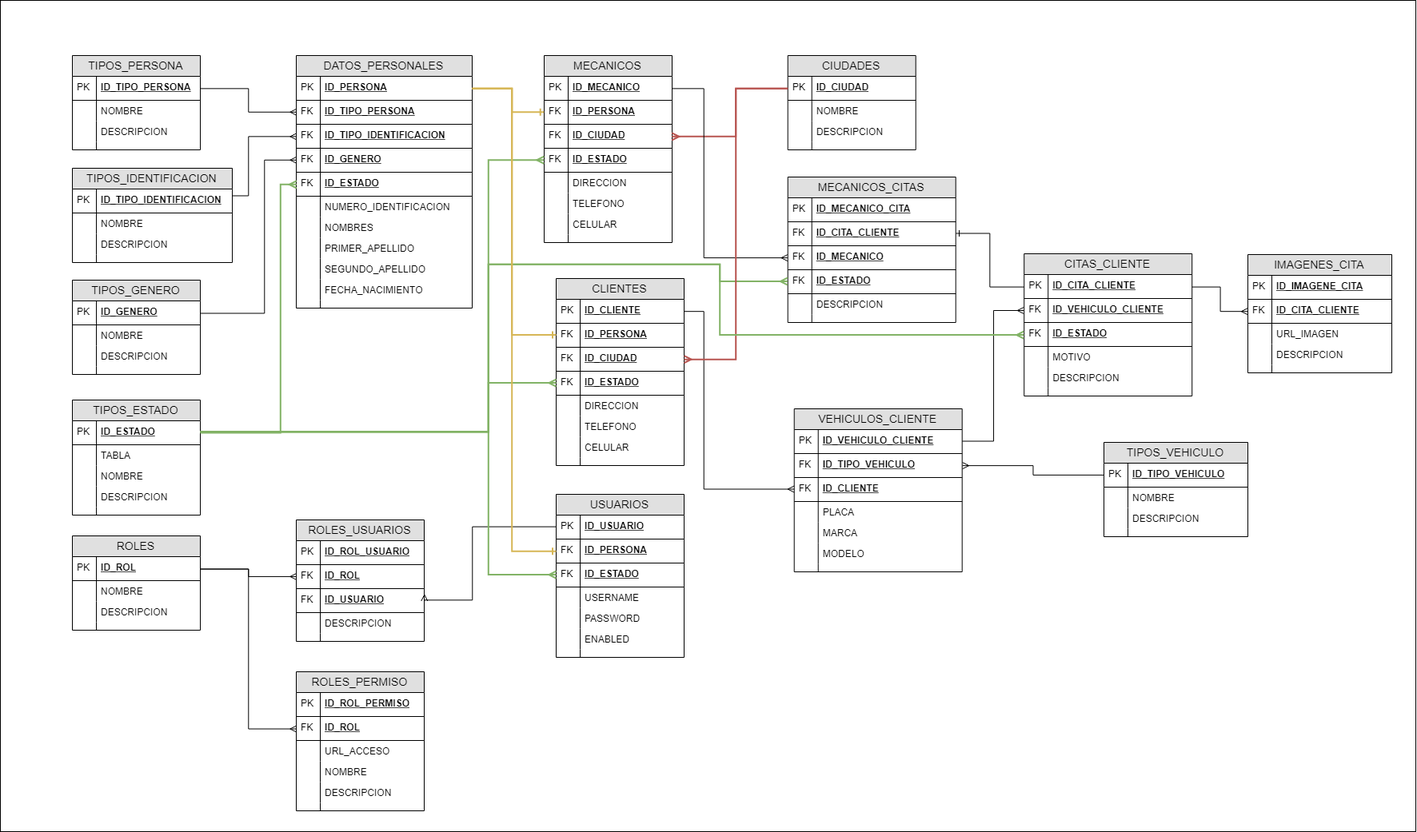
robinarehen/car-center-test keeps this draw.io diagram as documents/MER-CAR-CENTER.png. Above is the earlier version. Source tidied: cells renumbered, new cells last; positions are measured from the earlier drawing's top-left corner, leaving out a move shared by most shapes.
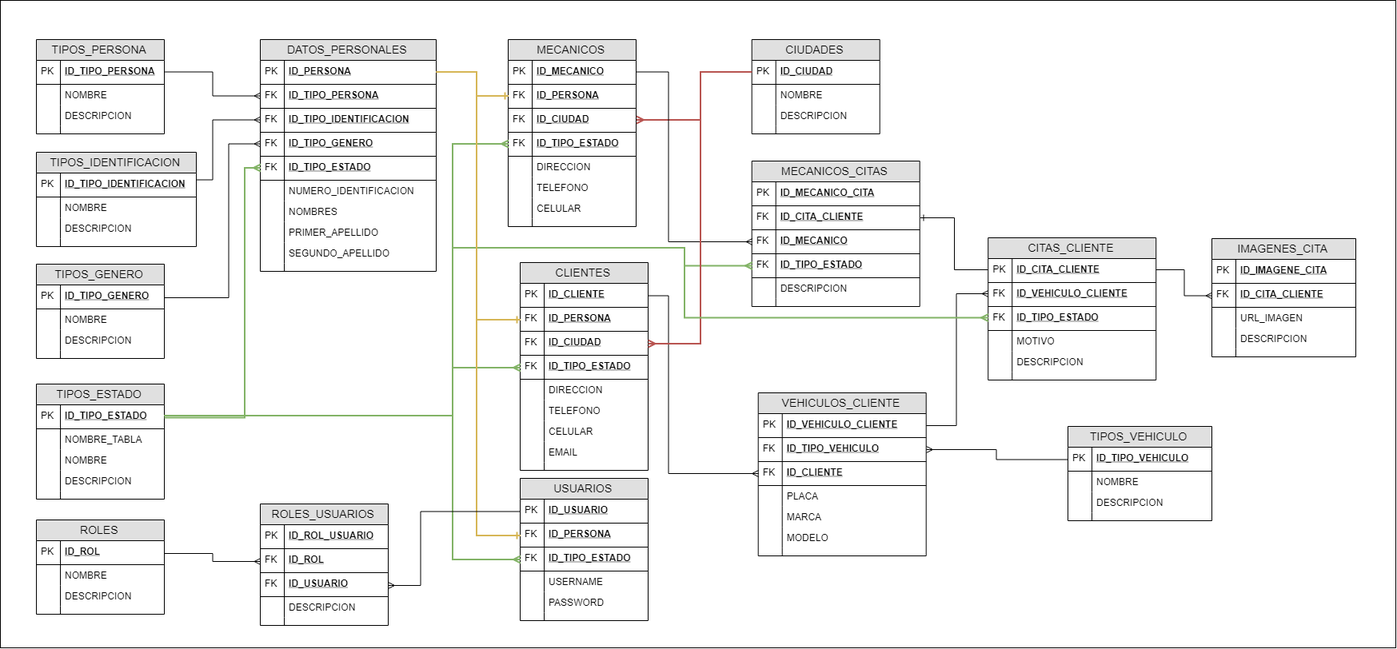
Later version of the same file.

Diff of the diagram source:
```diff
@@ -4,5 +4,5 @@
     <mxCell id="1" parent="0" />
-    <mxCell id="2" style="rounded=0;whiteSpace=wrap;html=1;" parent="1" vertex="1">
-      <mxGeometry width="1770" height="1040" as="geometry" />
-    </mxCell>
+    <mxCell id="239" style="rounded=0;whiteSpace=wrap;html=1;" parent="1" vertex="1">
+      <mxGeometry x="45" y="20" width="1745" height="810" as="geometry" />
+    </mxCell>
     <mxCell id="3" value="TIPOS_PERSONA" style="swimlane;fontStyle=0;horizontal=1;startSize=26;fillColor=#e0e0e0;swimlaneFillColor=#ffffff;align=center;fontSize=14;" parent="1" vertex="1">
@@ -35,3 +35,3 @@
     <mxCell id="12" value="DATOS_PERSONALES" style="swimlane;fontStyle=0;horizontal=1;startSize=26;fillColor=#e0e0e0;swimlaneFillColor=#ffffff;align=center;fontSize=14;" parent="1" vertex="1">
-      <mxGeometry x="370" y="69" width="220" height="316" as="geometry" />
+      <mxGeometry x="370" y="69" width="220" height="290" as="geometry" />
     </mxCell>
@@ -55,3 +55,3 @@
     </mxCell>
-    <mxCell id="19" value="ID_GENERO" style="shape=partialRectangle;top=0;left=0;right=0;bottom=1;align=left;verticalAlign=middle;fillColor=none;spacingLeft=34;spacingRight=4;overflow=hidden;points=[[0,0.5],[1,0.5]];portConstraint=eastwest;fontStyle=5;fontSize=12;" parent="12" vertex="1">
+    <mxCell id="19" value="ID_TIPO_GENERO" style="shape=partialRectangle;top=0;left=0;right=0;bottom=1;align=left;verticalAlign=middle;fillColor=none;spacingLeft=34;spacingRight=4;overflow=hidden;points=[[0,0.5],[1,0.5]];portConstraint=eastwest;fontStyle=5;fontSize=12;" parent="12" vertex="1">
       <mxGeometry y="116" width="220" height="30" as="geometry" />
@@ -61,3 +61,3 @@
     </mxCell>
-    <mxCell id="21" value="ID_ESTADO" style="shape=partialRectangle;top=0;left=0;right=0;bottom=1;align=left;verticalAlign=middle;fillColor=none;spacingLeft=34;spacingRight=4;overflow=hidden;points=[[0,0.5],[1,0.5]];portConstraint=eastwest;fontStyle=5;fontSize=12;" parent="12" vertex="1">
+    <mxCell id="21" value="ID_TIPO_ESTADO" style="shape=partialRectangle;top=0;left=0;right=0;bottom=1;align=left;verticalAlign=middle;fillColor=none;spacingLeft=34;spacingRight=4;overflow=hidden;points=[[0,0.5],[1,0.5]];portConstraint=eastwest;fontStyle=5;fontSize=12;" parent="12" vertex="1">
       <mxGeometry y="146" width="220" height="30" as="geometry" />
@@ -91,10 +91,4 @@
     </mxCell>
-    <mxCell id="31" value="FECHA_NACIMIENTO" style="shape=partialRectangle;top=0;left=0;right=0;bottom=0;align=left;verticalAlign=top;fillColor=none;spacingLeft=34;spacingRight=4;overflow=hidden;fontSize=12;" parent="12" vertex="1">
-      <mxGeometry y="280" width="220" height="26" as="geometry" />
-    </mxCell>
-    <mxCell id="32" style="shape=partialRectangle;top=0;left=0;bottom=0;fillColor=none;align=left;verticalAlign=top;spacingLeft=4;spacingRight=4;overflow=hidden;fontSize=12;" parent="31" vertex="1">
-      <mxGeometry width="30" height="26" as="geometry" />
-    </mxCell>
     <mxCell id="33" style="shape=partialRectangle;top=0;left=0;right=0;bottom=0;align=left;verticalAlign=top;fillColor=none;spacingLeft=34;spacingRight=4;overflow=hidden;fontSize=12;" parent="12" vertex="1">
-      <mxGeometry y="306" width="220" height="10" as="geometry" />
+      <mxGeometry y="280" width="220" height="10" as="geometry" />
     </mxCell>
@@ -144,3 +138,3 @@
     </mxCell>
-    <mxCell id="47" value="ID_GENERO" style="shape=partialRectangle;top=0;left=0;right=0;bottom=1;align=left;verticalAlign=middle;fillColor=none;spacingLeft=34;spacingRight=4;overflow=hidden;points=[[0,0.5],[1,0.5]];portConstraint=eastwest;fontStyle=5;fontSize=12;" parent="46" vertex="1">
+    <mxCell id="47" value="ID_TIPO_GENERO" style="shape=partialRectangle;top=0;left=0;right=0;bottom=1;align=left;verticalAlign=middle;fillColor=none;spacingLeft=34;spacingRight=4;overflow=hidden;points=[[0,0.5],[1,0.5]];portConstraint=eastwest;fontStyle=5;fontSize=12;" parent="46" vertex="1">
       <mxGeometry y="26" width="160" height="30" as="geometry" />
@@ -197,3 +191,3 @@
     </mxCell>
-    <mxCell id="63" value="ID_ESTADO" style="shape=partialRectangle;top=0;left=0;right=0;bottom=1;align=left;verticalAlign=middle;fillColor=none;spacingLeft=34;spacingRight=4;overflow=hidden;points=[[0,0.5],[1,0.5]];portConstraint=eastwest;fontStyle=5;fontSize=12;" parent="56" vertex="1">
+    <mxCell id="63" value="ID_TIPO_ESTADO" style="shape=partialRectangle;top=0;left=0;right=0;bottom=1;align=left;verticalAlign=middle;fillColor=none;spacingLeft=34;spacingRight=4;overflow=hidden;points=[[0,0.5],[1,0.5]];portConstraint=eastwest;fontStyle=5;fontSize=12;" parent="56" vertex="1">
       <mxGeometry y="116" width="160" height="30" as="geometry" />
@@ -230,3 +224,3 @@
     </mxCell>
-    <mxCell id="74" value="ID_ESTADO" style="shape=partialRectangle;top=0;left=0;right=0;bottom=1;align=left;verticalAlign=middle;fillColor=none;spacingLeft=34;spacingRight=4;overflow=hidden;points=[[0,0.5],[1,0.5]];portConstraint=eastwest;fontStyle=5;fontSize=12;" parent="73" vertex="1">
+    <mxCell id="74" value="ID_TIPO_ESTADO" style="shape=partialRectangle;top=0;left=0;right=0;bottom=1;align=left;verticalAlign=middle;fillColor=none;spacingLeft=34;spacingRight=4;overflow=hidden;points=[[0,0.5],[1,0.5]];portConstraint=eastwest;fontStyle=5;fontSize=12;" parent="73" vertex="1">
       <mxGeometry y="26" width="160" height="30" as="geometry" />
@@ -236,3 +230,3 @@
     </mxCell>
-    <mxCell id="76" value="TABLA" style="shape=partialRectangle;top=0;left=0;right=0;bottom=0;align=left;verticalAlign=top;fillColor=none;spacingLeft=34;spacingRight=4;overflow=hidden;fontSize=12;" parent="73" vertex="1">
+    <mxCell id="76" value="NOMBRE_TABLA" style="shape=partialRectangle;top=0;left=0;right=0;bottom=0;align=left;verticalAlign=top;fillColor=none;spacingLeft=34;spacingRight=4;overflow=hidden;fontSize=12;" parent="73" vertex="1">
       <mxGeometry y="56" width="160" height="26" as="geometry" />
@@ -269,3 +263,3 @@
     <mxCell id="85" value="USUARIOS" style="swimlane;fontStyle=0;horizontal=1;startSize=26;fillColor=#e0e0e0;swimlaneFillColor=#ffffff;align=center;fontSize=14;" parent="1" vertex="1">
-      <mxGeometry x="695" y="618" width="160" height="204" as="geometry" />
+      <mxGeometry x="695" y="618" width="160" height="178" as="geometry" />
     </mxCell>
@@ -283,3 +277,3 @@
     </mxCell>
-    <mxCell id="90" value="ID_ESTADO" style="shape=partialRectangle;top=0;left=0;right=0;bottom=1;align=left;verticalAlign=middle;fillColor=none;spacingLeft=34;spacingRight=4;overflow=hidden;points=[[0,0.5],[1,0.5]];portConstraint=eastwest;fontStyle=5;fontSize=12;" parent="85" vertex="1">
+    <mxCell id="90" value="ID_TIPO_ESTADO" style="shape=partialRectangle;top=0;left=0;right=0;bottom=1;align=left;verticalAlign=middle;fillColor=none;spacingLeft=34;spacingRight=4;overflow=hidden;points=[[0,0.5],[1,0.5]];portConstraint=eastwest;fontStyle=5;fontSize=12;" parent="85" vertex="1">
       <mxGeometry y="86" width="160" height="30" as="geometry" />
@@ -301,10 +295,4 @@
     </mxCell>
-    <mxCell id="96" value="ENABLED" style="shape=partialRectangle;top=0;left=0;right=0;bottom=0;align=left;verticalAlign=top;fillColor=none;spacingLeft=34;spacingRight=4;overflow=hidden;fontSize=12;" parent="85" vertex="1">
-      <mxGeometry y="168" width="160" height="26" as="geometry" />
-    </mxCell>
-    <mxCell id="97" style="shape=partialRectangle;top=0;left=0;bottom=0;fillColor=none;align=left;verticalAlign=top;spacingLeft=4;spacingRight=4;overflow=hidden;fontSize=12;" parent="96" vertex="1">
-      <mxGeometry width="30" height="26" as="geometry" />
-    </mxCell>
     <mxCell id="98" style="shape=partialRectangle;top=0;left=0;right=0;bottom=0;align=left;verticalAlign=top;fillColor=none;spacingLeft=34;spacingRight=4;overflow=hidden;fontSize=12;" parent="85" vertex="1">
-      <mxGeometry y="194" width="160" height="10" as="geometry" />
+      <mxGeometry y="168" width="160" height="10" as="geometry" />
     </mxCell>
@@ -376,46 +364,4 @@
     </mxCell>
-    <mxCell id="121" value="ROLES_PERMISO" style="swimlane;fontStyle=0;horizontal=1;startSize=26;fillColor=#e0e0e0;swimlaneFillColor=#ffffff;align=center;fontSize=14;" parent="1" vertex="1">
-      <mxGeometry x="370" y="840" width="160" height="174" as="geometry" />
-    </mxCell>
-    <mxCell id="122" value="ID_ROL_PERMISO" style="shape=partialRectangle;top=0;left=0;right=0;bottom=1;align=left;verticalAlign=middle;fillColor=none;spacingLeft=34;spacingRight=4;overflow=hidden;fontStyle=5;fontSize=12;" parent="121" vertex="1">
-      <mxGeometry y="26" width="160" height="30" as="geometry" />
-    </mxCell>
-    <mxCell id="123" value="PK" style="shape=partialRectangle;top=0;left=0;bottom=0;fillColor=none;align=left;verticalAlign=middle;spacingLeft=4;spacingRight=4;overflow=hidden;fontSize=12;" parent="122" vertex="1">
-      <mxGeometry width="30" height="30" as="geometry" />
-    </mxCell>
-    <mxCell id="124" value="ID_ROL" style="shape=partialRectangle;top=0;left=0;right=0;bottom=1;align=left;verticalAlign=middle;fillColor=none;spacingLeft=34;spacingRight=4;overflow=hidden;points=[[0,0.5],[1,0.5]];portConstraint=eastwest;fontStyle=5;fontSize=12;" parent="121" vertex="1">
-      <mxGeometry y="56" width="160" height="30" as="geometry" />
-    </mxCell>
-    <mxCell id="125" value="FK" style="shape=partialRectangle;top=0;left=0;bottom=0;fillColor=none;align=left;verticalAlign=middle;spacingLeft=4;spacingRight=4;overflow=hidden;fontSize=12;" parent="124" vertex="1">
-      <mxGeometry width="30" height="30" as="geometry" />
-    </mxCell>
-    <mxCell id="126" value="URL_ACCESO" style="shape=partialRectangle;top=0;left=0;right=0;bottom=0;align=left;verticalAlign=top;fillColor=none;spacingLeft=34;spacingRight=4;overflow=hidden;fontSize=12;" parent="121" vertex="1">
-      <mxGeometry y="86" width="160" height="26" as="geometry" />
-    </mxCell>
-    <mxCell id="127" style="shape=partialRectangle;top=0;left=0;bottom=0;fillColor=none;align=left;verticalAlign=top;spacingLeft=4;spacingRight=4;overflow=hidden;fontSize=12;" parent="126" vertex="1">
-      <mxGeometry width="30" height="26" as="geometry" />
-    </mxCell>
-    <mxCell id="128" value="NOMBRE" style="shape=partialRectangle;top=0;left=0;right=0;bottom=0;align=left;verticalAlign=top;fillColor=none;spacingLeft=34;spacingRight=4;overflow=hidden;fontSize=12;" parent="121" vertex="1">
-      <mxGeometry y="112" width="160" height="26" as="geometry" />
-    </mxCell>
-    <mxCell id="129" style="shape=partialRectangle;top=0;left=0;bottom=0;fillColor=none;align=left;verticalAlign=top;spacingLeft=4;spacingRight=4;overflow=hidden;fontSize=12;" parent="128" vertex="1">
-      <mxGeometry width="30" height="26" as="geometry" />
-    </mxCell>
-    <mxCell id="130" value="DESCRIPCION" style="shape=partialRectangle;top=0;left=0;right=0;bottom=0;align=left;verticalAlign=top;fillColor=none;spacingLeft=34;spacingRight=4;overflow=hidden;fontSize=12;" parent="121" vertex="1">
-      <mxGeometry y="138" width="160" height="26" as="geometry" />
-    </mxCell>
-    <mxCell id="131" style="shape=partialRectangle;top=0;left=0;bottom=0;fillColor=none;align=left;verticalAlign=top;spacingLeft=4;spacingRight=4;overflow=hidden;fontSize=12;" parent="130" vertex="1">
-      <mxGeometry width="30" height="26" as="geometry" />
-    </mxCell>
-    <mxCell id="132" style="shape=partialRectangle;top=0;left=0;right=0;bottom=0;align=left;verticalAlign=top;fillColor=none;spacingLeft=34;spacingRight=4;overflow=hidden;fontSize=12;" parent="121" vertex="1">
-      <mxGeometry y="164" width="160" height="10" as="geometry" />
-    </mxCell>
-    <mxCell id="133" style="shape=partialRectangle;top=0;left=0;bottom=0;fillColor=none;align=left;verticalAlign=top;spacingLeft=4;spacingRight=4;overflow=hidden;fontSize=12;" parent="132" vertex="1">
-      <mxGeometry width="30" height="10" as="geometry" />
-    </mxCell>
-    <mxCell id="134" style="edgeStyle=orthogonalEdgeStyle;rounded=0;jettySize=auto;html=1;entryX=0;entryY=0.5;entryDx=0;entryDy=0;endArrow=ERmany;endFill=0;" parent="1" edge="1" source="101" target="124">
-      <mxGeometry relative="1" as="geometry" />
-    </mxCell>
     <mxCell id="135" value="CLIENTES" style="swimlane;fontStyle=0;horizontal=1;startSize=26;fillColor=#e0e0e0;swimlaneFillColor=#ffffff;align=center;fontSize=14;" parent="1" vertex="1">
-      <mxGeometry x="695" y="348" width="160" height="234" as="geometry" />
+      <mxGeometry x="695" y="348" width="160" height="260" as="geometry" />
     </mxCell>
@@ -439,3 +385,3 @@
     </mxCell>
-    <mxCell id="142" value="ID_ESTADO" style="shape=partialRectangle;top=0;left=0;right=0;bottom=1;align=left;verticalAlign=middle;fillColor=none;spacingLeft=34;spacingRight=4;overflow=hidden;points=[[0,0.5],[1,0.5]];portConstraint=eastwest;fontStyle=5;fontSize=12;" parent="135" vertex="1">
+    <mxCell id="142" value="ID_TIPO_ESTADO" style="shape=partialRectangle;top=0;left=0;right=0;bottom=1;align=left;verticalAlign=middle;fillColor=none;spacingLeft=34;spacingRight=4;overflow=hidden;points=[[0,0.5],[1,0.5]];portConstraint=eastwest;fontStyle=5;fontSize=12;" parent="135" vertex="1">
       <mxGeometry y="116" width="160" height="30" as="geometry" />
@@ -463,4 +409,10 @@
     </mxCell>
+    <mxCell id="240" value="EMAIL" style="shape=partialRectangle;top=0;left=0;right=0;bottom=0;align=left;verticalAlign=top;fillColor=none;spacingLeft=34;spacingRight=4;overflow=hidden;fontSize=12;" parent="135" vertex="1">
+      <mxGeometry y="224" width="160" height="26" as="geometry" />
+    </mxCell>
+    <mxCell id="241" style="shape=partialRectangle;top=0;left=0;bottom=0;fillColor=none;align=left;verticalAlign=top;spacingLeft=4;spacingRight=4;overflow=hidden;fontSize=12;" parent="240" vertex="1">
+      <mxGeometry width="30" height="26" as="geometry" />
+    </mxCell>
     <mxCell id="150" style="shape=partialRectangle;top=0;left=0;right=0;bottom=0;align=left;verticalAlign=top;fillColor=none;spacingLeft=34;spacingRight=4;overflow=hidden;fontSize=12;" parent="135" vertex="1">
-      <mxGeometry y="224" width="160" height="10" as="geometry" />
+      <mxGeometry y="250" width="160" height="10" as="geometry" />
     </mxCell>
@@ -607,3 +559,3 @@
     </mxCell>
-    <mxCell id="193" value="ID_ESTADO" style="shape=partialRectangle;top=0;left=0;right=0;bottom=1;align=left;verticalAlign=middle;fillColor=none;spacingLeft=34;spacingRight=4;overflow=hidden;points=[[0,0.5],[1,0.5]];portConstraint=eastwest;fontStyle=5;fontSize=12;" parent="188" vertex="1">
+    <mxCell id="193" value="ID_TIPO_ESTADO" style="shape=partialRectangle;top=0;left=0;right=0;bottom=1;align=left;verticalAlign=middle;fillColor=none;spacingLeft=34;spacingRight=4;overflow=hidden;points=[[0,0.5],[1,0.5]];portConstraint=eastwest;fontStyle=5;fontSize=12;" parent="188" vertex="1">
       <mxGeometry y="86" width="210" height="30" as="geometry" />
@@ -655,3 +607,3 @@
     </mxCell>
-    <mxCell id="209" value="ID_ESTADO" style="shape=partialRectangle;top=0;left=0;right=0;bottom=1;align=left;verticalAlign=middle;fillColor=none;spacingLeft=34;spacingRight=4;overflow=hidden;points=[[0,0.5],[1,0.5]];portConstraint=eastwest;fontStyle=5;fontSize=12;" parent="202" vertex="1">
+    <mxCell id="209" value="ID_TIPO_ESTADO" style="shape=partialRectangle;top=0;left=0;right=0;bottom=1;align=left;verticalAlign=middle;fillColor=none;spacingLeft=34;spacingRight=4;overflow=hidden;points=[[0,0.5],[1,0.5]];portConstraint=eastwest;fontStyle=5;fontSize=12;" parent="202" vertex="1">
       <mxGeometry y="116" width="210" height="30" as="geometry" />
@@ -673,10 +625,2 @@
     </mxCell>
-    <mxCell id="215" style="edgeStyle=orthogonalEdgeStyle;rounded=0;jettySize=auto;html=1;entryX=1;entryY=0.5;entryDx=0;entryDy=0;endArrow=ERmany;endFill=0;" parent="1" edge="1" source="86" target="114">
-      <mxGeometry relative="1" as="geometry">
-        <Array as="points">
-          <mxPoint x="590" y="659" />
-          <mxPoint x="590" y="750" />
-        </Array>
-      </mxGeometry>
-    </mxCell>
     <mxCell id="216" style="edgeStyle=orthogonalEdgeStyle;rounded=0;jettySize=auto;html=1;entryX=0;entryY=0.5;entryDx=0;entryDy=0;endArrow=ERmany;endFill=0;fillColor=#d5e8d4;strokeColor=#82b366;strokeWidth=2;" parent="1" edge="1" source="74" target="142">
@@ -794,2 +738,10 @@
     </mxCell>
+    <mxCell id="215" style="edgeStyle=orthogonalEdgeStyle;rounded=0;jettySize=auto;html=1;endArrow=ERmany;endFill=0;" parent="1" edge="1" source="86" target="114">
+      <mxGeometry relative="1" as="geometry">
+        <Array as="points">
+          <mxPoint x="570" y="659" />
+          <mxPoint x="570" y="751" />
+        </Array>
+      </mxGeometry>
+    </mxCell>
   </root>
```
